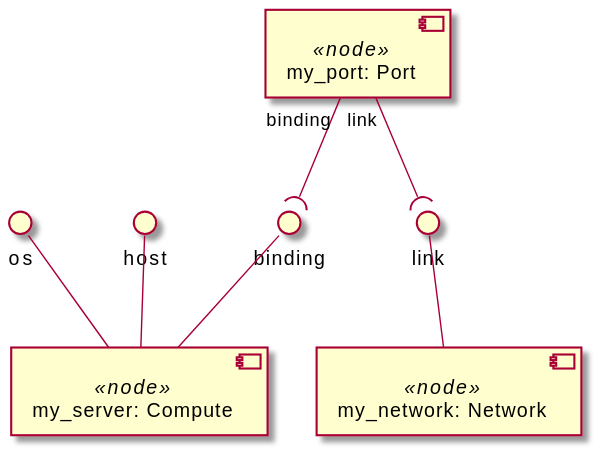
Orange-OpenSource/Cloudnet-TOSCA-toolbox keeps this PlantUML diagram as examples/ariatosca/diagrams/uml2/network-1-1.0-uml2-component-diagram1.svg. Above is the earlier version.
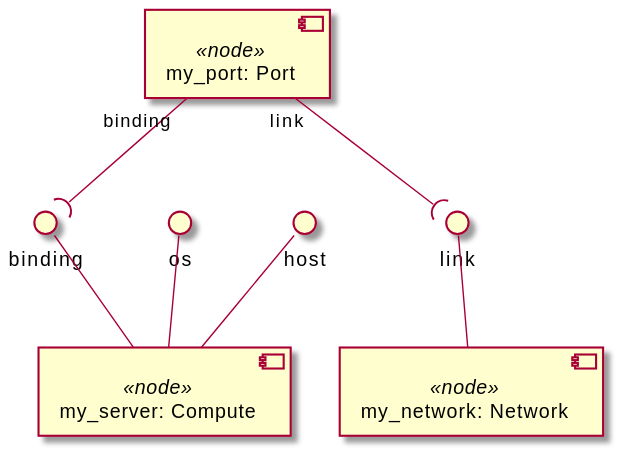
The same file after the commit.

Diff of the diagram source:
```diff
@@ -2,12 +2,12 @@
 skinparam componentStyle uml2
 
 component "my_server: Compute" <<node>> as node_my_server
+interface "binding" as node_my_server_binding
+node_my_server_binding -- node_my_server
 interface "os" as node_my_server_os
 node_my_server_os -- node_my_server
 interface "host" as node_my_server_host
 node_my_server_host -- node_my_server
-interface "binding" as node_my_server_binding
-node_my_server_binding -- node_my_server
 
 component "my_network: Network" <<node>> as node_my_network
 interface "link" as node_my_network_link
```
